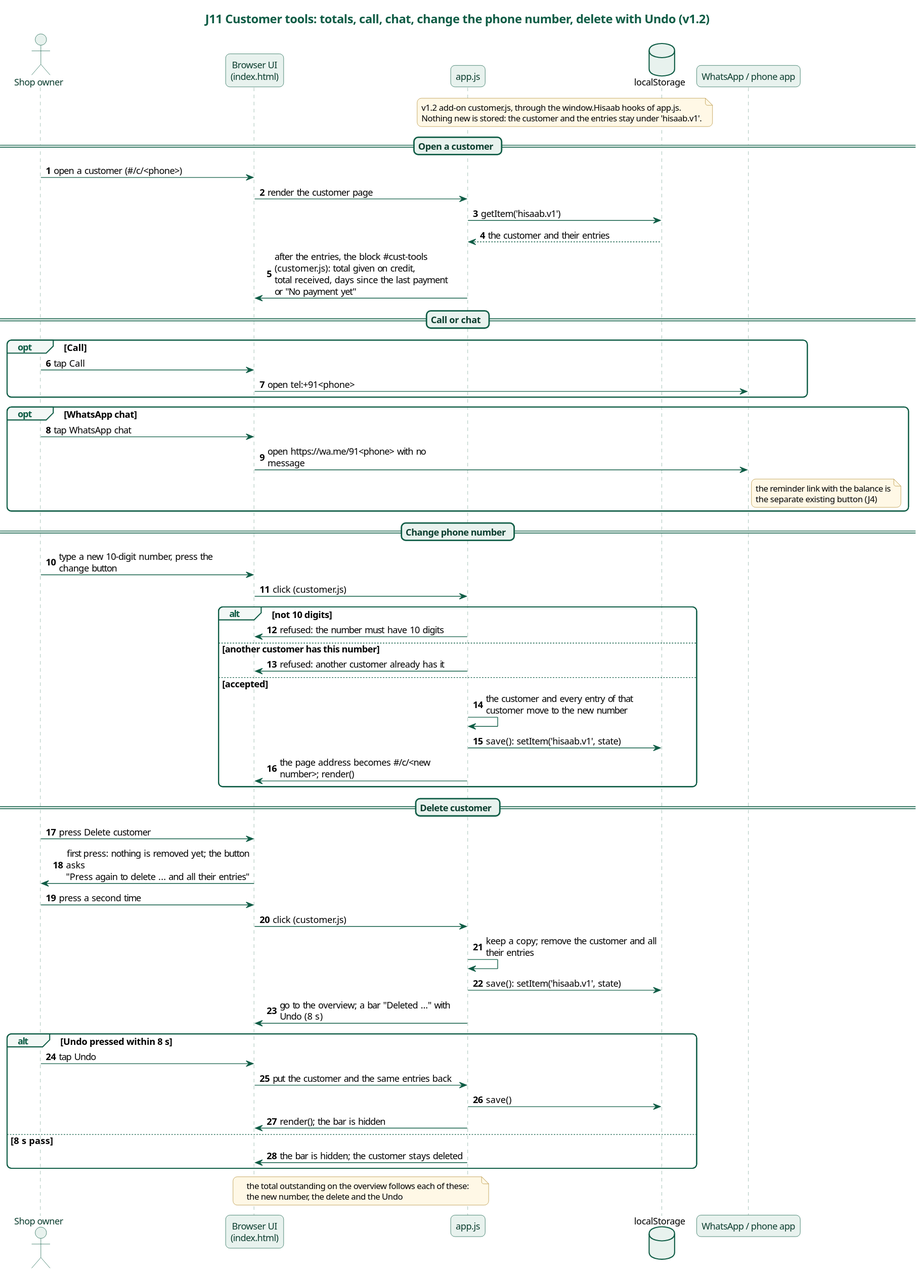
Before: docs/diagrams/j11-customer-tools.svg, a diagram exported from PlantUML (karwasanjay007/hisaab-docs). The source it was exported from:
```plantuml
@startuml
title J11 Customer tools: totals, call, chat, change the phone number, delete with Undo (v1.2)
skinparam backgroundColor white
skinparam defaultFontName "Noto Sans"
skinparam defaultFontSize 13
skinparam roundCorner 12
skinparam shadowing false
skinparam maxMessageSize 260
skinparam titleFontSize 17
skinparam titleFontColor #0E5C45
skinparam sequenceMessageAlign left
skinparam responseMessageBelowArrow true
skinparam sequence {
  ArrowColor #0E5C45
  LifeLineBorderColor #7FA89A
  LifeLineBackgroundColor #E8F2EE
  ParticipantBorderColor #0E5C45
  ParticipantBackgroundColor #E8F2EE
  ParticipantFontColor #0B3D2E
  ActorBorderColor #0E5C45
  ActorBackgroundColor #E8F2EE
  ActorFontColor #0B3D2E
  GroupBorderColor #0E5C45
  GroupHeaderFontColor #0E5C45
  GroupBackgroundColor #F3F8F6
  DividerBorderColor #0E5C45
  DividerBackgroundColor #E8F2EE
  DividerFontColor #0B3D2E
  BoxBorderColor #0E5C45
}
skinparam database {
  BorderColor #0E5C45
  BackgroundColor #E8F2EE
}
skinparam note {
  BorderColor #B08A2E
  BackgroundColor #FFF8E6
  FontSize 12
}
actor "Shop owner" as Owner
participant "Browser UI\n(index.html)" as UI
participant "app.js" as App
database "localStorage" as LS
participant "WhatsApp / phone app" as WA
autonumber
note over App, LS : v1.2 add-on customer.js, through the window.Hisaab hooks of app.js.\nNothing new is stored: the customer and the entries stay under 'hisaab.v1'.
== Open a customer ==
Owner -> UI : open a customer (#/c/<phone>)
UI -> App : render the customer page
App -> LS : getItem('hisaab.v1')
LS --> App : the customer and their entries
App -> UI : after the entries, the block #cust-tools (customer.js): total given on credit,\ntotal received, days since the last payment or "No payment yet"
== Call or chat ==
opt Call
  Owner -> UI : tap Call
  UI -> WA : open tel:+91<phone>
end
opt WhatsApp chat
  Owner -> UI : tap WhatsApp chat
  UI -> WA : open https://wa.me/91<phone> with no message
  note right of WA : the reminder link with the balance is\nthe separate existing button (J4)
end
== Change phone number ==
Owner -> UI : type a new 10-digit number, press the change button
UI -> App : click (customer.js)
alt not 10 digits
  App -> UI : refused: the number must have 10 digits
else another customer has this number
  App -> UI : refused: another customer already has it
else accepted
  App -> App : the customer and every entry of that customer move to the new number
  App -> LS : save(): setItem('hisaab.v1', state)
  App -> UI : the page address becomes #/c/<new number>; render()
end
== Delete customer ==
Owner -> UI : press Delete customer
UI -> Owner : first press: nothing is removed yet; the button asks\n"Press again to delete ... and all their entries"
Owner -> UI : press a second time
UI -> App : click (customer.js)
App -> App : keep a copy; remove the customer and all their entries
App -> LS : save(): setItem('hisaab.v1', state)
App -> UI : go to the overview; a bar "Deleted ..." with Undo (8 s)
alt Undo pressed within 8 s
  Owner -> UI : tap Undo
  UI -> App : put the customer and the same entries back
  App -> LS : save()
  App -> UI : render(); the bar is hidden
else 8 s pass
  App -> UI : the bar is hidden; the customer stays deleted
end
note over UI, App : the total outstanding on the overview follows each of these:\nthe new number, the delete and the Undo
@enduml
```
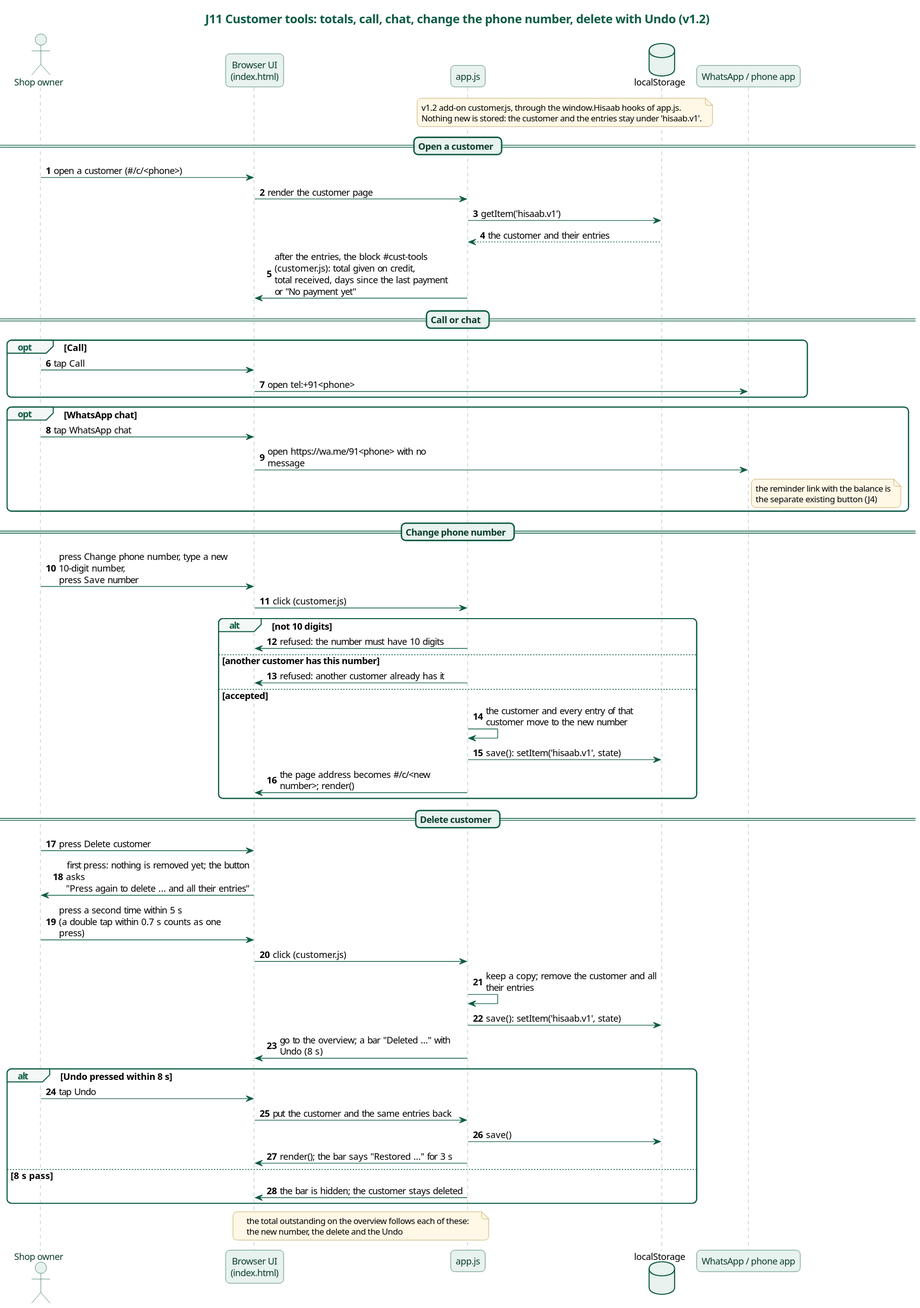
Later version of the same file.

What changed in the source:
```diff
@@ -61,7 +61,7 @@
   note right of WA : the reminder link with the balance is\nthe separate existing button (J4)
 end
 == Change phone number ==
-Owner -> UI : type a new 10-digit number, press the change button
+Owner -> UI : press Change phone number, type a new 10-digit number,\npress Save number
 UI -> App : click (customer.js)
 alt not 10 digits
   App -> UI : refused: the number must have 10 digits
@@ -75,7 +75,7 @@
 == Delete customer ==
 Owner -> UI : press Delete customer
 UI -> Owner : first press: nothing is removed yet; the button asks\n"Press again to delete ... and all their entries"
-Owner -> UI : press a second time
+Owner -> UI : press a second time within 5 s\n(a double tap within 0.7 s counts as one press)
 UI -> App : click (customer.js)
 App -> App : keep a copy; remove the customer and all their entries
 App -> LS : save(): setItem('hisaab.v1', state)
@@ -84,7 +84,7 @@
   Owner -> UI : tap Undo
   UI -> App : put the customer and the same entries back
   App -> LS : save()
-  App -> UI : render(); the bar is hidden
+  App -> UI : render(); the bar says "Restored ..." for 3 s
 else 8 s pass
   App -> UI : the bar is hidden; the customer stays deleted
 end
```
